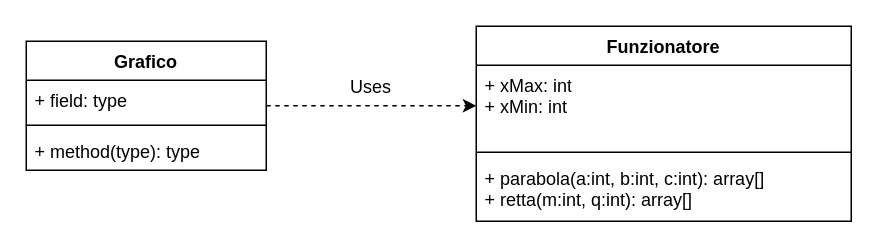
Before: diagrammaClassi.drawio in smattia-rizzo/creatore-grafici-charts, a draw.io diagram. Source tidied: cells renumbered, new cells numbered last; positions are measured from the earlier drawing's top-left corner, leaving out a move shared by most shapes. Both pictures are drawn from the tidied source at 150%, with x=0, y=0 at pixel (26, 26).
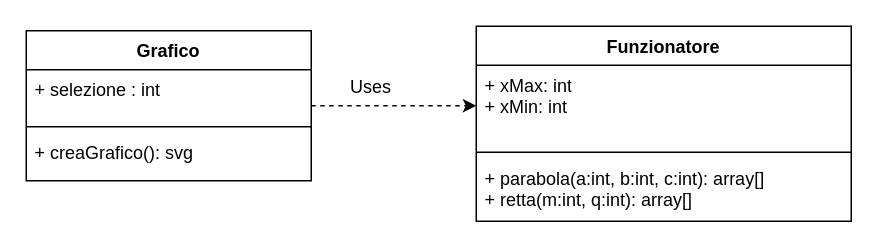
The same diagram, later.

What changed in the source:
```diff
@@
 <mxGraphModel>
   <root>
     <mxCell id="0" />
     <mxCell id="1" parent="0" />
-    <mxCell id="2" value="Grafico" style="swimlane;fontStyle=1;align=center;verticalAlign=top;horizontal=1;startSize=26;whiteSpace=wrap;html=1;" parent="1" vertex="1">
-      <mxGeometry y="10" width="160" height="86" as="geometry" />
+    <mxCell id="2" value="Grafico" style="swimlane;fontStyle=1;align=center;verticalAlign=top;horizontal=1;startSize=26;whiteSpace=wrap;html=1;strokeColor=light-dark(#000000,#FFFFFF);" parent="1" vertex="1">
+      <mxGeometry y="3" width="190" height="100" as="geometry" />
     </mxCell>
-    <mxCell id="3" value="+ field: type" style="text;strokeColor=none;fillColor=none;align=left;verticalAlign=top;spacingLeft=4;spacingRight=4;overflow=hidden;whiteSpace=wrap;html=1;" parent="2" vertex="1">
-      <mxGeometry y="26" width="160" height="26" as="geometry" />
+    <mxCell id="3" value="+ selezione : int" style="text;strokeColor=none;fillColor=none;align=left;verticalAlign=top;spacingLeft=4;spacingRight=4;overflow=hidden;whiteSpace=wrap;html=1;" parent="2" vertex="1">
+      <mxGeometry y="26" width="190" height="34" as="geometry" />
     </mxCell>
     <mxCell id="4" style="line;strokeWidth=1;fillColor=none;align=left;verticalAlign=middle;spacingTop=-1;spacingLeft=3;spacingRight=3;labelPosition=right;strokeColor=inherit;" parent="2" vertex="1">
-      <mxGeometry y="52" width="160" height="8" as="geometry" />
+      <mxGeometry y="60" width="190" height="8" as="geometry" />
     </mxCell>
-    <mxCell id="5" value="+ method(type): type" style="text;strokeColor=none;fillColor=none;align=left;verticalAlign=top;spacingLeft=4;spacingRight=4;overflow=hidden;whiteSpace=wrap;html=1;" parent="2" vertex="1">
-      <mxGeometry y="60" width="160" height="26" as="geometry" />
+    <mxCell id="5" value="+ creaGrafico(): svg" style="text;strokeColor=none;fillColor=none;align=left;verticalAlign=top;spacingLeft=4;spacingRight=4;overflow=hidden;whiteSpace=wrap;html=1;" parent="2" vertex="1">
+      <mxGeometry y="68" width="190" height="32" as="geometry" />
     </mxCell>
     <mxCell id="6" value="Funzionatore" style="swimlane;fontStyle=1;align=center;verticalAlign=top;horizontal=1;startSize=26;whiteSpace=wrap;html=1;" parent="1" vertex="1">
       <mxGeometry x="300" width="250" height="130" as="geometry" />
     </mxCell>
     <mxCell id="7" value="+ xMax: int&lt;div&gt;+ xMin: int&lt;/div&gt;" style="text;strokeColor=none;fillColor=none;align=left;verticalAlign=top;spacingLeft=4;spacingRight=4;overflow=hidden;points=[[0,0.5],[1,0.5]];portConstraint=eastwest;whiteSpace=wrap;html=1;" parent="6" vertex="1">
       <mxGeometry y="26" width="250" height="54" as="geometry" />
     </mxCell>
     <mxCell id="8" style="line;strokeWidth=1;fillColor=none;align=left;verticalAlign=middle;spacingTop=-1;spacingLeft=3;spacingRight=3;labelPosition=right;strokeColor=inherit;" parent="6" vertex="1">
       <mxGeometry y="80" width="250" height="8" as="geometry" />
     </mxCell>
     <mxCell id="9" value="+ parabola(a:int, b:int, c:int): array[]&lt;div&gt;+ retta(m:int, q:int): array[]&lt;/div&gt;" style="text;strokeColor=none;fillColor=none;align=left;verticalAlign=top;spacingLeft=4;spacingRight=4;overflow=hidden;whiteSpace=wrap;html=1;" parent="6" vertex="1">
       <mxGeometry y="88" width="250" height="42" as="geometry" />
     </mxCell>
     <mxCell id="10" style="endArrow=classic;dashed=1;html=1;entryX=0;entryY=0.5;entryDx=0;entryDy=0;exitX=1;exitY=0.5;exitDx=0;exitDy=0;endFill=1;" parent="1" edge="1" source="2" target="7">
       <mxGeometry relative="1" as="geometry" />
     </mxCell>
     <mxCell id="11" value="Uses" style="text;html=1;align=center;verticalAlign=middle;whiteSpace=wrap;rounded=0;" parent="1" vertex="1">
       <mxGeometry x="200" y="26" width="60" height="30" as="geometry" />
     </mxCell>
   </root>
 </mxGraphModel>
```
